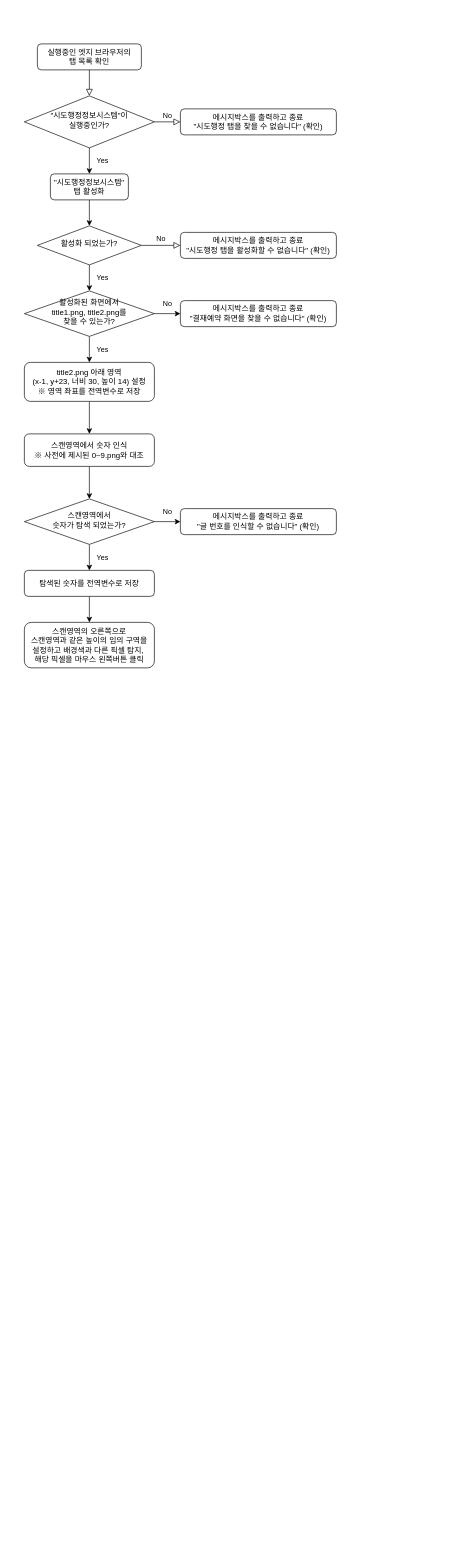
Before: 순서도.drawio in onyxofcoma/-, a draw.io diagram. Source tidied: cells renumbered, new cells numbered last; positions are measured from the earlier drawing's top-left corner, leaving out a move shared by most shapes. Both pictures are drawn from the tidied source at 65%, with x=0, y=0 at pixel (24, 44).
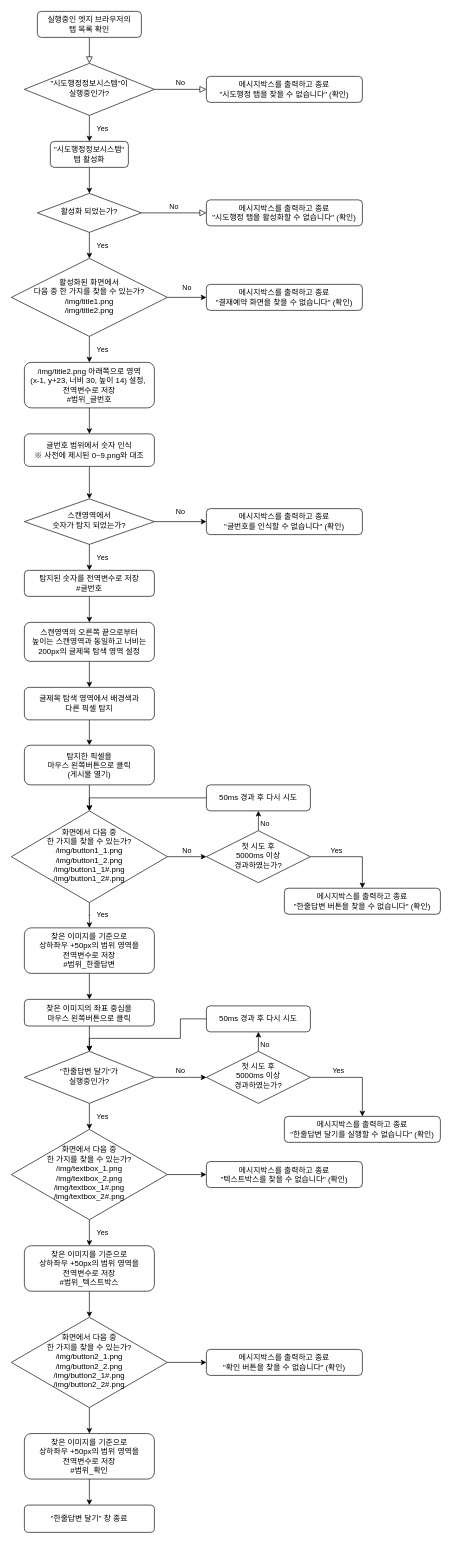
After the change.

Commit message (it also covers changes not shown here):
순서도.drawio 업데이트

Diff of the diagram source:
```diff
@@
     <mxCell id="3" value="&lt;div&gt;&lt;span style=&quot;background-color: transparent; color: light-dark(rgb(0, 0, 0), rgb(255, 255, 255));&quot;&gt;실행중인 엣지 브라우저의 &lt;br&gt;탭 목록 확인&lt;/span&gt;&lt;/div&gt;" style="rounded=1;whiteSpace=wrap;html=1;fontSize=12;glass=0;strokeWidth=1;shadow=0;" parent="1" vertex="1">
-      <mxGeometry x="20" width="160" height="40" as="geometry" />
+      <mxGeometry x="20" y="-50" width="160" height="40" as="geometry" />
     </mxCell>
@@
     <mxCell id="6" value="&quot;시도행정정보시스템&quot;이 &lt;br&gt;실행중인가?" style="rhombus;whiteSpace=wrap;html=1;shadow=0;fontFamily=Helvetica;fontSize=12;align=center;strokeWidth=1;spacing=6;spacingTop=-4;" parent="1" vertex="1">
-      <mxGeometry y="80" width="200" height="80" as="geometry" />
+      <mxGeometry y="30" width="200" height="80" as="geometry" />
     </mxCell>
     <mxCell id="7" value="&lt;div&gt;메시지박스를 출력하고 종료&lt;/div&gt;&quot;시도행정 탭을 찾을 수 없습니다&quot; (확인)" style="rounded=1;whiteSpace=wrap;html=1;fontSize=12;glass=0;strokeWidth=1;shadow=0;" parent="1" vertex="1">
-      <mxGeometry x="240" y="100" width="240" height="40" as="geometry" />
+      <mxGeometry x="280" y="50" width="240" height="40" as="geometry" />
     </mxCell>
@@
     <mxCell id="10" value="활성화 되었는가?" style="rhombus;whiteSpace=wrap;html=1;shadow=0;fontFamily=Helvetica;fontSize=12;align=center;strokeWidth=1;spacing=6;spacingTop=-4;" parent="1" vertex="1">
-      <mxGeometry x="20" y="280" width="160" height="60" as="geometry" />
+      <mxGeometry x="20" y="230" width="160" height="60" as="geometry" />
     </mxCell>
     <mxCell id="11" value="&lt;div&gt;메시지박스를 출력하고 종료&lt;/div&gt;&quot;시도행정 탭을 활성화할 수 없습니다&quot; (확인)" style="rounded=1;whiteSpace=wrap;html=1;fontSize=12;glass=0;strokeWidth=1;shadow=0;" parent="1" vertex="1">
-      <mxGeometry x="240" y="290" width="240" height="40" as="geometry" />
+      <mxGeometry x="280" y="240" width="240" height="40" as="geometry" />
     </mxCell>
@@
     <mxCell id="13" value="&lt;div&gt;&lt;span style=&quot;background-color: transparent; color: light-dark(rgb(0, 0, 0), rgb(255, 255, 255));&quot;&gt;&quot;시도행정정보시스템&quot; 탭 활성화&lt;/span&gt;&lt;/div&gt;" style="rounded=1;whiteSpace=wrap;html=1;fontSize=12;glass=0;strokeWidth=1;shadow=0;" parent="1" vertex="1">
-      <mxGeometry x="40" y="200" width="120" height="40" as="geometry" />
+      <mxGeometry x="40" y="150" width="120" height="40" as="geometry" />
     </mxCell>
@@
-    <mxCell id="16" value="활성화된 화면에서&lt;br&gt;title1.png, title2.png를 &lt;br&gt;찾을 수 있는가?" style="rhombus;whiteSpace=wrap;html=1;shadow=0;fontFamily=Helvetica;fontSize=12;align=center;strokeWidth=1;spacing=6;spacingTop=-4;" parent="1" vertex="1">
-      <mxGeometry y="380" width="200" height="70" as="geometry" />
+    <mxCell id="16" value="활성화된 화면에서&lt;div&gt;다음 중 한 가지를 찾을 수 있는가?&lt;br&gt;/img/title1.png&lt;/div&gt;&lt;div&gt;/img/title2.png&lt;/div&gt;" style="rhombus;whiteSpace=wrap;html=1;shadow=0;fontFamily=Helvetica;fontSize=12;align=center;strokeWidth=1;spacing=6;spacingTop=-4;" parent="1" vertex="1">
+      <mxGeometry x="-20" y="330" width="240" height="120" as="geometry" />
     </mxCell>
     <mxCell id="17" value="&lt;div&gt;메시지박스를 출력하고 종료&lt;/div&gt;&quot;결재예약 화면을 찾을 수 없습니다&quot; (확인)" style="rounded=1;whiteSpace=wrap;html=1;fontSize=12;glass=0;strokeWidth=1;shadow=0;" parent="1" vertex="1">
-      <mxGeometry x="240" y="395" width="240" height="40" as="geometry" />
+      <mxGeometry x="280" y="370" width="240" height="40" as="geometry" />
     </mxCell>
@@
-    <mxCell id="20" value="스캔영역에서 &lt;br&gt;숫자가 탐색 되었는가?" style="rhombus;whiteSpace=wrap;html=1;shadow=0;fontFamily=Helvetica;fontSize=12;align=center;strokeWidth=1;spacing=6;spacingTop=-4;" parent="1" vertex="1">
+    <mxCell id="20" value="스캔영역에서 &lt;br&gt;숫자가 탐지 되었는가?" style="rhombus;whiteSpace=wrap;html=1;shadow=0;fontFamily=Helvetica;fontSize=12;align=center;strokeWidth=1;spacing=6;spacingTop=-4;" parent="1" vertex="1">
       <mxGeometry y="700" width="200" height="70" as="geometry" />
     </mxCell>
@@
-    <mxCell id="22" value="title2.png 아래 영역&lt;br&gt;(x-1, y+23, 너비 30, 높이 14) 설정&lt;div&gt;※ 영역 좌표를 전역변수로 저장&lt;/div&gt;" style="rounded=1;whiteSpace=wrap;html=1;fontSize=12;glass=0;strokeWidth=1;shadow=0;" parent="1" vertex="1">
-      <mxGeometry y="490" width="200" height="60" as="geometry" />
+    <mxCell id="22" value="/img/title2.png 아래쪽으로 영역&lt;br&gt;(x-1, y+23, 너비 30, 높이 14) 설정,&lt;span style=&quot;background-color: transparent; color: light-dark(rgb(0, 0, 0), rgb(255, 255, 255));&quot;&gt;&amp;nbsp;&lt;br&gt;전역변수로 저장&lt;/span&gt;&lt;div&gt;&lt;span style=&quot;background-color: transparent; color: light-dark(rgb(0, 0, 0), rgb(255, 255, 255));&quot;&gt;#범위_글번호&lt;/span&gt;&lt;/div&gt;" style="rounded=1;whiteSpace=wrap;html=1;fontSize=12;glass=0;strokeWidth=1;shadow=0;" parent="1" vertex="1">
+      <mxGeometry y="490" width="200" height="70" as="geometry" />
     </mxCell>
@@
-    <mxCell id="24" value="탐색된 숫자를 전역변수로 저장" style="rounded=1;whiteSpace=wrap;html=1;fontSize=12;glass=0;strokeWidth=1;shadow=0;" parent="1" vertex="1">
+    <mxCell id="24" value="탐지된 숫자를 전역변수로 저장&lt;div&gt;#글번호&lt;/div&gt;" style="rounded=1;whiteSpace=wrap;html=1;fontSize=12;glass=0;strokeWidth=1;shadow=0;" parent="1" vertex="1">
       <mxGeometry y="810" width="200" height="40" as="geometry" />
     </mxCell>
-    <mxCell id="25" value="&lt;div&gt;메시지박스를 출력하고 종료&lt;/div&gt;&quot;글 번호를 인식할 수 없습니다&quot; (확인)" style="rounded=1;whiteSpace=wrap;html=1;fontSize=12;glass=0;strokeWidth=1;shadow=0;" parent="1" vertex="1">
-      <mxGeometry x="240" y="715" width="240" height="40" as="geometry" />
+    <mxCell id="25" value="&lt;div&gt;메시지박스를 출력하고 종료&lt;/div&gt;&quot;글번호를 인식할 수 없습니다&quot; (확인)" style="rounded=1;whiteSpace=wrap;html=1;fontSize=12;glass=0;strokeWidth=1;shadow=0;" parent="1" vertex="1">
+      <mxGeometry x="280" y="715" width="240" height="40" as="geometry" />
     </mxCell>
@@
-    <mxCell id="27" value="스캔영역에서&amp;nbsp;숫자 인식&lt;div&gt;※ 사전에 제시된 0~9.png와 대조&lt;/div&gt;" style="rounded=1;whiteSpace=wrap;html=1;fontSize=12;glass=0;strokeWidth=1;shadow=0;" parent="1" vertex="1">
+    <mxCell id="27" value="글번호 범위에서&amp;nbsp;숫자 인식&lt;div&gt;※ 사전에 제시된 0~9.png와 대조&lt;/div&gt;" style="rounded=1;whiteSpace=wrap;html=1;fontSize=12;glass=0;strokeWidth=1;shadow=0;" parent="1" vertex="1">
       <mxGeometry y="600" width="200" height="50" as="geometry" />
     </mxCell>
+    <mxCell id="29" style="edgeStyle=orthogonalEdgeStyle;rounded=0;jettySize=auto;html=1;entryX=0.5;entryY=0;entryDx=0;entryDy=0;" parent="1" edge="1" source="28" target="38">
+      <mxGeometry relative="1" as="geometry" />
+    </mxCell>
-    <mxCell id="28" value="스캔영역의 오른쪽으로 &lt;br&gt;스캔영역과 같은 높이의 임의 구역을 &lt;br&gt;설정하고 배경색과 다른 픽셀 탐지,&amp;nbsp;&lt;div&gt;해당 픽셀을 마우스 왼쪽버튼 클릭&lt;/div&gt;" style="rounded=1;whiteSpace=wrap;html=1;fontSize=12;glass=0;strokeWidth=1;shadow=0;" parent="1" vertex="1">
-      <mxGeometry y="890" width="200" height="70" as="geometry" />
+    <mxCell id="28" value="&lt;div&gt;&lt;span style=&quot;background-color: transparent; color: light-dark(rgb(0, 0, 0), rgb(255, 255, 255));&quot;&gt;스캔영역의 오른쪽 끝으로부터&lt;/span&gt;&lt;/div&gt;&lt;div&gt;&lt;span style=&quot;background-color: transparent; color: light-dark(rgb(0, 0, 0), rgb(255, 255, 255));&quot;&gt;높이는&amp;nbsp;&lt;/span&gt;&lt;span style=&quot;background-color: transparent; color: light-dark(rgb(0, 0, 0), rgb(255, 255, 255));&quot;&gt;스캔영역과 동일하고&amp;nbsp;&lt;/span&gt;&lt;span style=&quot;background-color: transparent; color: light-dark(rgb(0, 0, 0), rgb(255, 255, 255));&quot;&gt;너비는 200px&lt;/span&gt;&lt;span style=&quot;background-color: transparent; color: light-dark(rgb(0, 0, 0), rgb(255, 255, 255));&quot;&gt;의 글제목 탐색 영역 설정&lt;/span&gt;&lt;/div&gt;" style="rounded=1;whiteSpace=wrap;html=1;fontSize=12;glass=0;strokeWidth=1;shadow=0;" parent="1" vertex="1">
+      <mxGeometry y="890" width="200" height="60" as="geometry" />
     </mxCell>
+    <mxCell id="30" value="Yes" style="edgeStyle=orthogonalEdgeStyle;rounded=0;jettySize=auto;html=1;entryX=0.5;entryY=0;entryDx=0;entryDy=0;" parent="1" edge="1" source="32" target="34">
+      <mxGeometry y="20" relative="1" as="geometry" />
+    </mxCell>
+    <mxCell id="31" value="No" style="edgeStyle=orthogonalEdgeStyle;rounded=0;jettySize=auto;html=1;exitX=1;exitY=0.5;exitDx=0;exitDy=0;entryX=0;entryY=0.5;entryDx=0;entryDy=0;" parent="1" edge="1" source="32" target="54">
+      <mxGeometry y="11" relative="1" as="geometry">
+        <mxPoint y="1" as="offset" />
+      </mxGeometry>
+    </mxCell>
+    <mxCell id="32" value="화면에서 다음&amp;nbsp;&lt;span style=&quot;color: light-dark(rgb(0, 0, 0), rgb(255, 255, 255)); background-color: transparent;&quot;&gt;중 &lt;br&gt;한 가지를&amp;nbsp;&lt;/span&gt;&lt;span style=&quot;color: light-dark(rgb(0, 0, 0), rgb(255, 255, 255)); background-color: transparent;&quot;&gt;찾을 수 있는가?&lt;/span&gt;&lt;br&gt;/img/button1_1.png&lt;div&gt;&lt;span style=&quot;background-color: transparent; color: light-dark(rgb(0, 0, 0), rgb(255, 255, 255));&quot;&gt;/img/button1_2.png&lt;/span&gt;&lt;/div&gt;&lt;div&gt;&lt;span style=&quot;background-color: transparent; color: light-dark(rgb(0, 0, 0), rgb(255, 255, 255));&quot;&gt;/img/button1_1#.png&lt;/span&gt;&lt;/div&gt;&lt;div&gt;&lt;span style=&quot;background-color: transparent; color: light-dark(rgb(0, 0, 0), rgb(255, 255, 255));&quot;&gt;/img/button1_2#.png&lt;/span&gt;&lt;/div&gt;" style="rhombus;whiteSpace=wrap;html=1;shadow=0;fontFamily=Helvetica;fontSize=12;align=center;strokeWidth=1;spacing=6;spacingTop=-4;" parent="1" vertex="1">
+      <mxGeometry x="-20" y="1180" width="240" height="141" as="geometry" />
+    </mxCell>
+    <mxCell id="33" style="edgeStyle=orthogonalEdgeStyle;rounded=0;jettySize=auto;html=1;exitX=0.5;exitY=1;exitDx=0;exitDy=0;entryX=0.5;entryY=0;entryDx=0;entryDy=0;" parent="1" edge="1" source="34" target="36">
+      <mxGeometry relative="1" as="geometry" />
+    </mxCell>
+    <mxCell id="34" value="찾은 이미지를 기준으로 &lt;br&gt;상하좌우 +50px의 범위 영역을 &lt;br&gt;전역변수로 저장&lt;div&gt;#범위_&lt;span style=&quot;background-color: transparent; color: light-dark(rgb(0, 0, 0), rgb(255, 255, 255));&quot;&gt;한줄답변&lt;/span&gt;&lt;/div&gt;" style="rounded=1;whiteSpace=wrap;html=1;fontSize=12;glass=0;strokeWidth=1;shadow=0;" parent="1" vertex="1">
+      <mxGeometry y="1360" width="200" height="70" as="geometry" />
+    </mxCell>
+    <mxCell id="35" style="edgeStyle=orthogonalEdgeStyle;rounded=0;jettySize=auto;html=1;exitX=0.5;exitY=1;exitDx=0;exitDy=0;entryX=0.5;entryY=0;entryDx=0;entryDy=0;" parent="1" edge="1" source="36" target="66">
+      <mxGeometry relative="1" as="geometry" />
+    </mxCell>
+    <mxCell id="36" value="&lt;div&gt;찾은 이미지의 좌표 중심을&lt;br&gt;마우스 왼쪽버튼으로 클릭&lt;/div&gt;" style="rounded=1;whiteSpace=wrap;html=1;fontSize=12;glass=0;strokeWidth=1;shadow=0;" parent="1" vertex="1">
+      <mxGeometry y="1470" width="200" height="41" as="geometry" />
+    </mxCell>
+    <mxCell id="37" style="edgeStyle=orthogonalEdgeStyle;rounded=0;jettySize=auto;html=1;exitX=0.5;exitY=1;exitDx=0;exitDy=0;entryX=0.5;entryY=0;entryDx=0;entryDy=0;" parent="1" edge="1" source="38" target="40">
+      <mxGeometry relative="1" as="geometry" />
+    </mxCell>
+    <mxCell id="38" value="&lt;div&gt;&lt;span style=&quot;background-color: transparent; color: light-dark(rgb(0, 0, 0), rgb(255, 255, 255));&quot;&gt;글제목 탐색 영역에서 배경색과 &lt;br&gt;다른 픽셀 탐지&lt;/span&gt;&lt;/div&gt;" style="rounded=1;whiteSpace=wrap;html=1;fontSize=12;glass=0;strokeWidth=1;shadow=0;" parent="1" vertex="1">
+      <mxGeometry y="990" width="200" height="50" as="geometry" />
+    </mxCell>
+    <mxCell id="39" style="edgeStyle=orthogonalEdgeStyle;rounded=0;jettySize=auto;html=1;exitX=0.5;exitY=1;exitDx=0;exitDy=0;" parent="1" edge="1" source="40">
+      <mxGeometry relative="1" as="geometry">
+        <mxPoint x="100" y="1180" as="targetPoint" />
+      </mxGeometry>
+    </mxCell>
+    <mxCell id="40" value="&lt;div&gt;&lt;span style=&quot;background-color: transparent; color: light-dark(rgb(0, 0, 0), rgb(255, 255, 255));&quot;&gt;탐지한 픽셀을 &lt;br&gt;마우스 왼쪽버튼으로 클릭&lt;/span&gt;&lt;/div&gt;&lt;div&gt;(게시물 열기)&lt;/div&gt;" style="rounded=1;whiteSpace=wrap;html=1;fontSize=12;glass=0;strokeWidth=1;shadow=0;" parent="1" vertex="1">
+      <mxGeometry y="1079" width="200" height="61" as="geometry" />
+    </mxCell>
+    <mxCell id="41" value="Yes" style="edgeStyle=orthogonalEdgeStyle;rounded=0;jettySize=auto;html=1;exitX=0.5;exitY=1;exitDx=0;exitDy=0;entryX=0.5;entryY=0;entryDx=0;entryDy=0;" parent="1" edge="1" source="43" target="47">
+      <mxGeometry y="20" relative="1" as="geometry" />
+    </mxCell>
+    <mxCell id="42" style="edgeStyle=orthogonalEdgeStyle;rounded=0;jettySize=auto;html=1;exitX=1;exitY=0.5;exitDx=0;exitDy=0;entryX=0;entryY=0.5;entryDx=0;entryDy=0;" parent="1" edge="1" source="43" target="67">
+      <mxGeometry relative="1" as="geometry" />
+    </mxCell>
+    <mxCell id="43" value="화면에서 다음&amp;nbsp;&lt;span style=&quot;background-color: transparent;&quot;&gt;중&lt;br&gt;한 가지를&amp;nbsp;&lt;/span&gt;&lt;span style=&quot;background-color: transparent;&quot;&gt;찾을 수 있는가?&lt;/span&gt;&lt;br&gt;/img/textbox_1.png&lt;div&gt;&lt;span style=&quot;background-color: transparent;&quot;&gt;&lt;font&gt;/img/&lt;/font&gt;textbox_2.&lt;font&gt;png&lt;/font&gt;&lt;/span&gt;&lt;/div&gt;&lt;div&gt;&lt;span style=&quot;background-color: transparent;&quot;&gt;&lt;font&gt;/img/&lt;/font&gt;textbox_1#&lt;font&gt;.png&lt;/font&gt;&lt;/span&gt;&lt;/div&gt;&lt;div&gt;&lt;span style=&quot;background-color: transparent;&quot;&gt;&lt;font&gt;/img/&lt;/font&gt;textbox_2&lt;font&gt;#.png&lt;/font&gt;&lt;/span&gt;&lt;/div&gt;" style="rhombus;whiteSpace=wrap;html=1;shadow=0;fontFamily=Helvetica;fontSize=12;align=center;strokeWidth=1;spacing=6;spacingTop=-4;fontColor=default;" parent="1" vertex="1">
+      <mxGeometry x="-20" y="1670" width="240" height="139" as="geometry" />
+    </mxCell>
+    <mxCell id="44" style="edgeStyle=orthogonalEdgeStyle;rounded=0;jettySize=auto;html=1;exitX=0;exitY=0.5;exitDx=0;exitDy=0;entryX=0.5;entryY=0;entryDx=0;entryDy=0;" parent="1" edge="1" source="45" target="66">
+      <mxGeometry relative="1" as="geometry">
+        <Array as="points">
+          <mxPoint x="240" y="1500" />
+          <mxPoint x="240" y="1530" />
+          <mxPoint x="100" y="1530" />
+        </Array>
+      </mxGeometry>
+    </mxCell>
+    <mxCell id="45" value="50ms 경과 후 다시 시도" style="rounded=1;whiteSpace=wrap;html=1;fontSize=12;glass=0;strokeWidth=1;shadow=0;" parent="1" vertex="1">
+      <mxGeometry x="280" y="1480" width="160" height="40" as="geometry" />
+    </mxCell>
+    <mxCell id="46" style="edgeStyle=orthogonalEdgeStyle;rounded=0;jettySize=auto;html=1;exitX=0.5;exitY=1;exitDx=0;exitDy=0;entryX=0.5;entryY=0;entryDx=0;entryDy=0;" parent="1" edge="1" source="47" target="60">
+      <mxGeometry relative="1" as="geometry" />
+    </mxCell>
+    <mxCell id="47" value="찾은 이미지를 기준으로 &lt;br&gt;상하좌우 +50px의 범위 영역을 &lt;br&gt;전역변수로 저장&lt;div&gt;#범위_텍스트박스&lt;/div&gt;" style="rounded=1;whiteSpace=wrap;html=1;fontSize=12;glass=0;strokeWidth=1;shadow=0;" parent="1" vertex="1">
+      <mxGeometry y="1849" width="200" height="70" as="geometry" />
+    </mxCell>
+    <mxCell id="48" value="No" style="edgeStyle=orthogonalEdgeStyle;rounded=0;jettySize=auto;html=1;exitX=0.5;exitY=0;exitDx=0;exitDy=0;entryX=0.5;entryY=1;entryDx=0;entryDy=0;" parent="1" edge="1" source="50" target="45">
+      <mxGeometry x="-0.29" y="-10" relative="1" as="geometry">
+        <mxPoint y="1" as="offset" />
+      </mxGeometry>
+    </mxCell>
+    <mxCell id="49" value="Yes" style="edgeStyle=orthogonalEdgeStyle;rounded=0;jettySize=auto;html=1;exitX=1;exitY=0.5;exitDx=0;exitDy=0;entryX=0.5;entryY=0;entryDx=0;entryDy=0;" parent="1" edge="1" source="50" target="51">
+      <mxGeometry x="-0.38" y="11" relative="1" as="geometry">
+        <mxPoint y="1" as="offset" />
+      </mxGeometry>
+    </mxCell>
+    <mxCell id="50" value="첫 시도 후 &lt;br&gt;5000ms 이상 &lt;br&gt;경과하였는가?" style="rhombus;whiteSpace=wrap;html=1;shadow=0;fontFamily=Helvetica;fontSize=12;align=center;strokeWidth=1;spacing=6;spacingTop=-4;fontColor=default;" parent="1" vertex="1">
+      <mxGeometry x="280" y="1550" width="160" height="80" as="geometry" />
+    </mxCell>
+    <mxCell id="51" value="&lt;div&gt;메시지박스를 출력하고 종료&lt;/div&gt;&quot;한줄답변 달기를 실행할 수 없습니다&quot; (확인)" style="rounded=1;whiteSpace=wrap;html=1;fontSize=12;glass=0;strokeWidth=1;shadow=0;" parent="1" vertex="1">
+      <mxGeometry x="400" y="1650" width="240" height="40" as="geometry" />
+    </mxCell>
+    <mxCell id="52" value="No" style="edgeStyle=orthogonalEdgeStyle;rounded=0;jettySize=auto;html=1;exitX=0.5;exitY=0;exitDx=0;exitDy=0;entryX=0.5;entryY=1;entryDx=0;entryDy=0;" parent="1" edge="1" source="54" target="57">
+      <mxGeometry x="-0.31" y="-10" relative="1" as="geometry" />
+    </mxCell>
+    <mxCell id="53" value="Yes" style="edgeStyle=orthogonalEdgeStyle;rounded=0;jettySize=auto;html=1;exitX=1;exitY=0.5;exitDx=0;exitDy=0;entryX=0.5;entryY=0;entryDx=0;entryDy=0;" parent="1" edge="1" source="54" target="55">
+      <mxGeometry x="-0.38" y="11" relative="1" as="geometry">
+        <mxPoint y="1" as="offset" />
+      </mxGeometry>
+    </mxCell>
+    <mxCell id="54" value="첫 시도 후 &lt;br&gt;5000ms 이상 &lt;br&gt;경과하였는가?" style="rhombus;whiteSpace=wrap;html=1;shadow=0;fontFamily=Helvetica;fontSize=12;align=center;strokeWidth=1;spacing=6;spacingTop=-4;fontColor=default;" parent="1" vertex="1">
+      <mxGeometry x="280" y="1210.5" width="160" height="80" as="geometry" />
+    </mxCell>
+    <mxCell id="55" value="&lt;div&gt;메시지박스를 출력하고 종료&lt;/div&gt;&quot;한줄답변 버튼을 찾을 수 없습니다&quot; (확인)" style="rounded=1;whiteSpace=wrap;html=1;fontSize=12;glass=0;strokeWidth=1;shadow=0;" parent="1" vertex="1">
+      <mxGeometry x="400" y="1299" width="240" height="40" as="geometry" />
+    </mxCell>
+    <mxCell id="56" style="edgeStyle=orthogonalEdgeStyle;rounded=0;jettySize=auto;html=1;entryX=0.5;entryY=0;entryDx=0;entryDy=0;" parent="1" edge="1" source="57" target="32">
+      <mxGeometry relative="1" as="geometry" />
+    </mxCell>
+    <mxCell id="57" value="50ms 경과 후 다시 시도" style="rounded=1;whiteSpace=wrap;html=1;fontSize=12;glass=0;strokeWidth=1;shadow=0;" parent="1" vertex="1">
+      <mxGeometry x="280" y="1140" width="160" height="40" as="geometry" />
+    </mxCell>
+    <mxCell id="58" style="edgeStyle=orthogonalEdgeStyle;rounded=0;jettySize=auto;html=1;exitX=0.5;exitY=1;exitDx=0;exitDy=0;entryX=0.5;entryY=0;entryDx=0;entryDy=0;" parent="1" edge="1" source="60" target="63">
+      <mxGeometry relative="1" as="geometry" />
+    </mxCell>
+    <mxCell id="59" style="edgeStyle=orthogonalEdgeStyle;rounded=0;jettySize=auto;html=1;entryX=0;entryY=0.5;entryDx=0;entryDy=0;" parent="1" edge="1" source="60" target="61">
+      <mxGeometry relative="1" as="geometry" />
+    </mxCell>
+    <mxCell id="60" value="화면에서 다음&amp;nbsp;&lt;span style=&quot;background-color: transparent;&quot;&gt;중&lt;br&gt;한 가지를&amp;nbsp;&lt;/span&gt;&lt;span style=&quot;background-color: transparent;&quot;&gt;찾을 수 있는가?&lt;/span&gt;&lt;br&gt;/img/button2_1.png&lt;div&gt;&lt;span style=&quot;background-color: transparent;&quot;&gt;&lt;font&gt;/img/&lt;/font&gt;button2_2.&lt;font&gt;png&lt;/font&gt;&lt;/span&gt;&lt;/div&gt;&lt;div&gt;&lt;span style=&quot;background-color: transparent;&quot;&gt;&lt;font&gt;/img/&lt;/font&gt;&lt;font&gt;button2_1#.png&lt;/font&gt;&lt;/span&gt;&lt;/div&gt;&lt;div&gt;&lt;span style=&quot;background-color: transparent;&quot;&gt;&lt;font&gt;/img/&lt;/font&gt;&lt;font&gt;button2_2#.png&lt;/font&gt;&lt;/span&gt;&lt;/div&gt;" style="rhombus;whiteSpace=wrap;html=1;shadow=0;fontFamily=Helvetica;fontSize=12;align=center;strokeWidth=1;spacing=6;spacingTop=-4;fontColor=default;" parent="1" vertex="1">
+      <mxGeometry x="-20" y="1959" width="240" height="139" as="geometry" />
+    </mxCell>
+    <mxCell id="61" value="&lt;div&gt;메시지박스를 출력하고 종료&lt;/div&gt;&quot;확인 버튼을 찾을 수 없습니다&quot; (확인)" style="rounded=1;whiteSpace=wrap;html=1;fontSize=12;glass=0;strokeWidth=1;shadow=0;" parent="1" vertex="1">
+      <mxGeometry x="280" y="2008.5" width="240" height="40" as="geometry" />
+    </mxCell>
+    <mxCell id="62" style="edgeStyle=orthogonalEdgeStyle;rounded=0;jettySize=auto;html=1;exitX=0.5;exitY=1;exitDx=0;exitDy=0;entryX=0.5;entryY=0;entryDx=0;entryDy=0;" parent="1" edge="1" source="63" target="68">
+      <mxGeometry relative="1" as="geometry" />
+    </mxCell>
+    <mxCell id="63" value="찾은 이미지를 기준으로 &lt;br&gt;상하좌우 +50px의 범위 영역을 &lt;br&gt;전역변수로 저장&lt;div&gt;#범위_확인&lt;/div&gt;" style="rounded=1;whiteSpace=wrap;html=1;fontSize=12;glass=0;strokeWidth=1;shadow=0;" parent="1" vertex="1">
+      <mxGeometry y="2138" width="200" height="70" as="geometry" />
+    </mxCell>
+    <mxCell id="64" value="No" style="edgeStyle=orthogonalEdgeStyle;rounded=0;jettySize=auto;html=1;exitX=1;exitY=0.5;exitDx=0;exitDy=0;entryX=0;entryY=0.5;entryDx=0;entryDy=0;" parent="1" edge="1" source="66" target="50">
+      <mxGeometry y="10" relative="1" as="geometry" />
+    </mxCell>
+    <mxCell id="65" value="Yes" style="edgeStyle=orthogonalEdgeStyle;rounded=0;jettySize=auto;html=1;exitX=0.5;exitY=1;exitDx=0;exitDy=0;entryX=0.5;entryY=0;entryDx=0;entryDy=0;" parent="1" edge="1" source="66" target="43">
+      <mxGeometry y="20" relative="1" as="geometry" />
+    </mxCell>
+    <mxCell id="66" value="&quot;한줄답변 달기&quot;가&lt;br&gt;실행중인가?" style="rhombus;whiteSpace=wrap;html=1;shadow=0;fontFamily=Helvetica;fontSize=12;align=center;strokeWidth=1;spacing=6;spacingTop=-4;" parent="1" vertex="1">
+      <mxGeometry y="1550" width="200" height="80" as="geometry" />
+    </mxCell>
+    <mxCell id="67" value="&lt;div&gt;메시지박스를 출력하고 종료&lt;/div&gt;&quot;텍스트박스를 찾을 수 없습니다&quot; (확인)" style="rounded=1;whiteSpace=wrap;html=1;fontSize=12;glass=0;strokeWidth=1;shadow=0;" parent="1" vertex="1">
+      <mxGeometry x="280" y="1719.5" width="240" height="40" as="geometry" />
+    </mxCell>
+    <mxCell id="68" value="&quot;한줄답변 달기&quot; 창 종료" style="rounded=1;whiteSpace=wrap;html=1;fontSize=12;glass=0;strokeWidth=1;shadow=0;" parent="1" vertex="1">
+      <mxGeometry y="2248" width="200" height="42" as="geometry" />
+    </mxCell>
```
